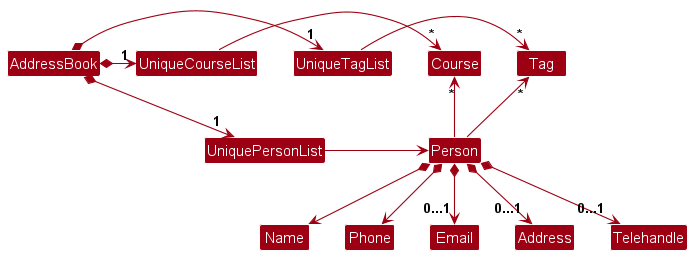
Earlier version of the PlantUML export docs/images/BetterModelClassDiagram.png (tanteckfang/tp).
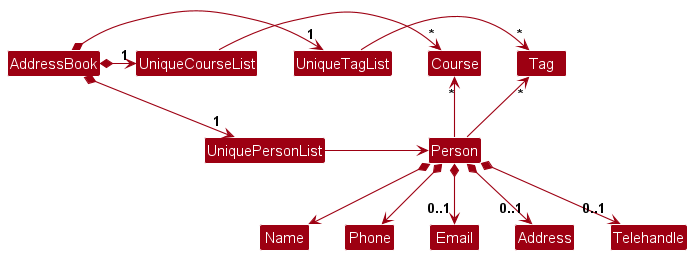
After the commit.

Commit message:
Correct the multiplicity notations for the UML diagrams

What changed in the source:
```diff
@@ -22,8 +22,8 @@
 
 Person *--> Name
 Person *--> Phone
-Person *--> "0...1"Email
-Person *--> "0...1"Address
-Person *--> "0...1"Telehandle
+Person *--> "0..1"Email
+Person *--> "0..1"Address
+Person *--> "0..1"Telehandle
 
 @enduml
```
